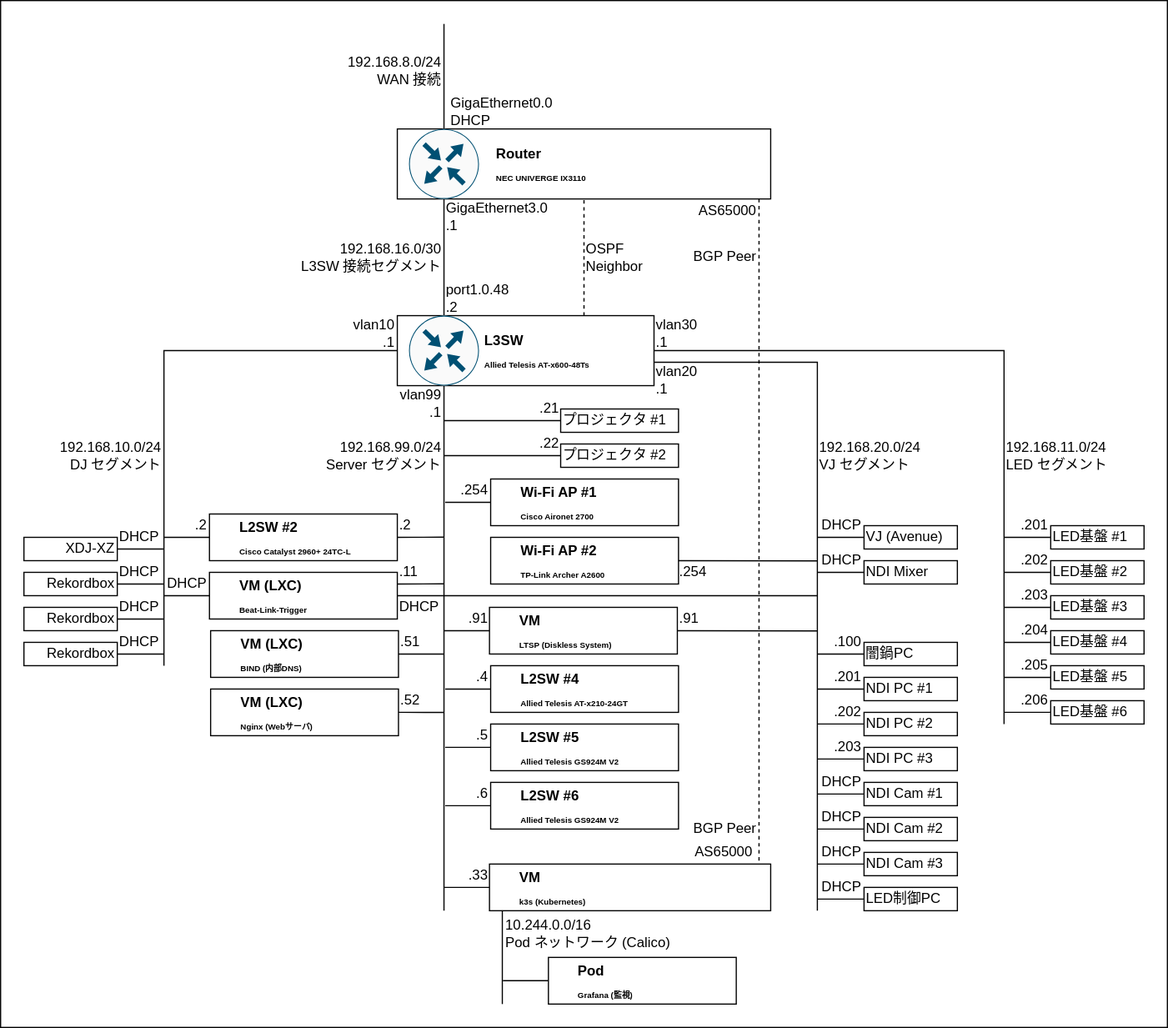
The draw.io diagram network/design/logic.drawio.svg in TechnoTUT/Infrastructure, before a commit. Source tidied: cells renumbered, new cells last; positions are measured from the earlier drawing's top-left corner, leaving out a move shared by most shapes.
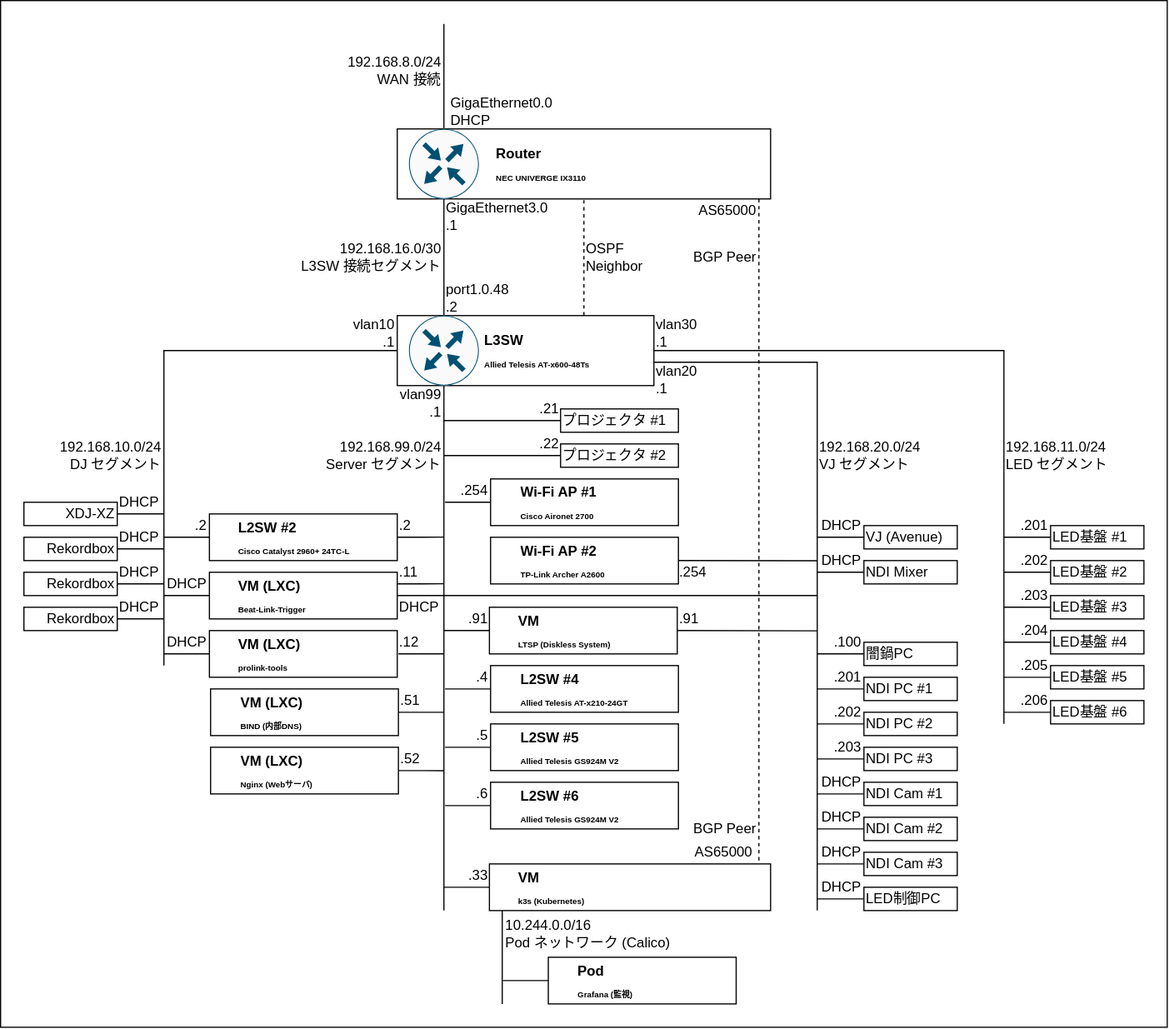
Later version of the same file.

What changed in the source:
```diff
@@ -210,12 +210,12 @@
     </mxCell>
     <mxCell id="57" style="endArrow=none;html=1;rounded=0;align=left;" parent="1" edge="1">
       <mxGeometry relative="1" as="geometry">
-        <mxPoint x="100" y="470" as="sourcePoint" />
-        <mxPoint x="140" y="470" as="targetPoint" />
+        <mxPoint x="100" y="440" as="sourcePoint" />
+        <mxPoint x="140" y="440" as="targetPoint" />
       </mxGeometry>
     </mxCell>
     <mxCell id="58" style="group;align=right;" parent="1" vertex="1">
-      <mxGeometry x="20" y="460" width="80" height="20" as="geometry" />
+      <mxGeometry x="20" y="430" width="80" height="20" as="geometry" />
     </mxCell>
     <mxCell id="59" style="rounded=0;whiteSpace=wrap;html=1;align=right;" parent="58" vertex="1">
       <mxGeometry width="80" height="20" as="geometry" />
@@ -224,16 +224,16 @@
       <mxGeometry width="80" height="20" as="geometry" />
     </mxCell>
     <mxCell id="61" value="DHCP" style="text;html=1;strokeColor=none;fillColor=none;align=left;verticalAlign=middle;whiteSpace=wrap;rounded=0;" parent="1" vertex="1">
-      <mxGeometry x="100" y="450" width="40" height="20" as="geometry" />
+      <mxGeometry x="100" y="420" width="40" height="20" as="geometry" />
     </mxCell>
     <mxCell id="62" style="endArrow=none;html=1;rounded=0;align=left;" parent="1" edge="1">
       <mxGeometry relative="1" as="geometry">
-        <mxPoint x="100" y="500" as="sourcePoint" />
-        <mxPoint x="140" y="500" as="targetPoint" />
+        <mxPoint x="100" y="470" as="sourcePoint" />
+        <mxPoint x="140" y="470" as="targetPoint" />
       </mxGeometry>
     </mxCell>
     <mxCell id="63" style="group;align=right;" parent="1" vertex="1">
-      <mxGeometry x="20" y="490" width="80" height="20" as="geometry" />
+      <mxGeometry x="20" y="460" width="80" height="20" as="geometry" />
     </mxCell>
     <mxCell id="64" style="rounded=0;whiteSpace=wrap;html=1;align=right;" parent="63" vertex="1">
       <mxGeometry width="80" height="20" as="geometry" />
@@ -242,16 +242,16 @@
       <mxGeometry width="80" height="20" as="geometry" />
     </mxCell>
     <mxCell id="66" value="DHCP" style="text;html=1;strokeColor=none;fillColor=none;align=left;verticalAlign=middle;whiteSpace=wrap;rounded=0;" parent="1" vertex="1">
-      <mxGeometry x="100" y="480" width="40" height="20" as="geometry" />
+      <mxGeometry x="100" y="450" width="40" height="20" as="geometry" />
     </mxCell>
     <mxCell id="67" style="endArrow=none;html=1;rounded=0;align=left;" parent="1" edge="1">
       <mxGeometry relative="1" as="geometry">
-        <mxPoint x="100" y="530" as="sourcePoint" />
-        <mxPoint x="140" y="530" as="targetPoint" />
+        <mxPoint x="100" y="500" as="sourcePoint" />
+        <mxPoint x="140" y="500" as="targetPoint" />
       </mxGeometry>
     </mxCell>
     <mxCell id="68" style="group;align=right;" parent="1" vertex="1">
-      <mxGeometry x="20" y="520" width="80" height="20" as="geometry" />
+      <mxGeometry x="20" y="490" width="80" height="20" as="geometry" />
     </mxCell>
     <mxCell id="69" style="rounded=0;whiteSpace=wrap;html=1;align=right;" parent="68" vertex="1">
       <mxGeometry width="80" height="20" as="geometry" />
@@ -260,16 +260,16 @@
       <mxGeometry width="80" height="20" as="geometry" />
     </mxCell>
     <mxCell id="71" value="DHCP" style="text;html=1;strokeColor=none;fillColor=none;align=left;verticalAlign=middle;whiteSpace=wrap;rounded=0;" parent="1" vertex="1">
-      <mxGeometry x="100" y="510" width="40" height="20" as="geometry" />
+      <mxGeometry x="100" y="480" width="40" height="20" as="geometry" />
     </mxCell>
     <mxCell id="72" style="endArrow=none;html=1;rounded=0;align=left;" parent="1" edge="1">
       <mxGeometry relative="1" as="geometry">
-        <mxPoint x="100" y="560" as="sourcePoint" />
-        <mxPoint x="140" y="560" as="targetPoint" />
+        <mxPoint x="100" y="530" as="sourcePoint" />
+        <mxPoint x="140" y="530" as="targetPoint" />
       </mxGeometry>
     </mxCell>
     <mxCell id="73" style="group;align=right;" parent="1" vertex="1">
-      <mxGeometry x="20" y="550" width="80" height="20" as="geometry" />
+      <mxGeometry x="20" y="520" width="80" height="20" as="geometry" />
     </mxCell>
     <mxCell id="74" style="rounded=0;whiteSpace=wrap;html=1;align=right;" parent="73" vertex="1">
       <mxGeometry width="80" height="20" as="geometry" />
@@ -278,7 +278,7 @@
       <mxGeometry width="80" height="20" as="geometry" />
     </mxCell>
     <mxCell id="76" value="DHCP" style="text;html=1;strokeColor=none;fillColor=none;align=left;verticalAlign=middle;whiteSpace=wrap;rounded=0;" parent="1" vertex="1">
-      <mxGeometry x="100" y="540" width="40" height="20" as="geometry" />
+      <mxGeometry x="100" y="510" width="40" height="20" as="geometry" />
     </mxCell>
     <mxCell id="77" value="&lt;h1&gt;&lt;font style=&quot;&quot;&gt;&lt;span style=&quot;font-size: 12px;&quot;&gt;VM (LXC)&lt;br&gt;&lt;/span&gt;&lt;/font&gt;&lt;span style=&quot;font-size: 7px;&quot;&gt;Beat-Link-Trigger&lt;/span&gt;&lt;/h1&gt;" style="text;html=1;strokeColor=none;fillColor=none;spacing=5;spacingTop=-20;whiteSpace=wrap;overflow=hidden;rounded=0;fontSize=8;" parent="1" vertex="1">
       <mxGeometry x="199.5" y="490" width="120" height="40" as="geometry" />
@@ -649,31 +649,31 @@
     </mxCell>
     <mxCell id="179" style="edgeStyle=none;rounded=0;html=1;exitX=1;exitY=0.5;exitDx=0;exitDy=0;fontSize=7;startArrow=none;startFill=0;endArrow=none;endFill=0;" parent="1" edge="1" source="180">
       <mxGeometry relative="1" as="geometry">
-        <mxPoint x="380" y="560.1" as="targetPoint" />
+        <mxPoint x="380" y="610.1" as="targetPoint" />
       </mxGeometry>
     </mxCell>
     <mxCell id="180" style="rounded=0;whiteSpace=wrap;html=1;" parent="1" vertex="1">
-      <mxGeometry x="180" y="540" width="161" height="40" as="geometry" />
+      <mxGeometry x="180" y="590" width="161" height="40" as="geometry" />
     </mxCell>
     <mxCell id="181" value="&lt;h1&gt;&lt;font style=&quot;&quot;&gt;&lt;span style=&quot;font-size: 12px;&quot;&gt;VM (LXC)&lt;br&gt;&lt;/span&gt;&lt;/font&gt;&lt;span style=&quot;font-size: 7px;&quot;&gt;BIND (内部DNS)&lt;/span&gt;&lt;/h1&gt;" style="text;html=1;strokeColor=none;fillColor=none;spacing=5;spacingTop=-20;whiteSpace=wrap;overflow=hidden;rounded=0;fontSize=8;" parent="1" vertex="1">
-      <mxGeometry x="200.5" y="540" width="120" height="40" as="geometry" />
+      <mxGeometry x="200.5" y="590" width="120" height="40" as="geometry" />
     </mxCell>
     <mxCell id="182" value=".51" style="text;html=1;strokeColor=none;fillColor=none;align=left;verticalAlign=middle;whiteSpace=wrap;rounded=0;" parent="1" vertex="1">
-      <mxGeometry x="341" y="540" width="40" height="20" as="geometry" />
+      <mxGeometry x="341" y="590" width="40" height="20" as="geometry" />
     </mxCell>
     <mxCell id="183" style="edgeStyle=none;rounded=0;html=1;exitX=1;exitY=0.5;exitDx=0;exitDy=0;fontSize=7;startArrow=none;startFill=0;endArrow=none;endFill=0;" parent="1" edge="1" source="184">
       <mxGeometry relative="1" as="geometry">
-        <mxPoint x="380" y="610.1" as="targetPoint" />
+        <mxPoint x="380" y="660.1" as="targetPoint" />
       </mxGeometry>
     </mxCell>
     <mxCell id="184" style="rounded=0;whiteSpace=wrap;html=1;" parent="1" vertex="1">
-      <mxGeometry x="180" y="590" width="161" height="40" as="geometry" />
+      <mxGeometry x="180" y="640" width="161" height="40" as="geometry" />
     </mxCell>
     <mxCell id="185" value="&lt;h1&gt;&lt;font style=&quot;&quot;&gt;&lt;span style=&quot;font-size: 12px;&quot;&gt;VM (LXC)&lt;br&gt;&lt;/span&gt;&lt;/font&gt;&lt;span style=&quot;font-size: 7px;&quot;&gt;Nginx (Webサーバ)&lt;/span&gt;&lt;/h1&gt;" style="text;html=1;strokeColor=none;fillColor=none;spacing=5;spacingTop=-20;whiteSpace=wrap;overflow=hidden;rounded=0;fontSize=8;" parent="1" vertex="1">
-      <mxGeometry x="200.5" y="590" width="120" height="40" as="geometry" />
+      <mxGeometry x="200.5" y="640" width="120" height="40" as="geometry" />
     </mxCell>
     <mxCell id="186" value=".52" style="text;html=1;strokeColor=none;fillColor=none;align=left;verticalAlign=middle;whiteSpace=wrap;rounded=0;" parent="1" vertex="1">
-      <mxGeometry x="341" y="590" width="40" height="20" as="geometry" />
+      <mxGeometry x="341" y="640" width="40" height="20" as="geometry" />
     </mxCell>
     <mxCell id="187" value="10.244.0.0/16&lt;br&gt;&lt;div style=&quot;&quot;&gt;Pod ネットワーク (Calico)&lt;/div&gt;" style="text;html=1;strokeColor=none;fillColor=none;align=left;verticalAlign=middle;whiteSpace=wrap;rounded=0;" parent="1" vertex="1">
       <mxGeometry x="430.5" y="780" width="159.5" height="40" as="geometry" />
@@ -722,5 +722,29 @@
     <mxCell id="201" value="プロジェクタ #2" style="text;html=1;strokeColor=none;fillColor=none;align=left;verticalAlign=middle;whiteSpace=wrap;rounded=0;" parent="199" vertex="1">
       <mxGeometry width="101" height="20" as="geometry" />
     </mxCell>
+    <mxCell id="202" style="rounded=0;whiteSpace=wrap;html=1;" parent="1" vertex="1">
+      <mxGeometry x="179" y="540" width="161" height="40" as="geometry" />
+    </mxCell>
+    <mxCell id="203" value="&lt;h1&gt;&lt;font style=&quot;&quot;&gt;&lt;span style=&quot;font-size: 12px;&quot;&gt;VM (LXC)&lt;br&gt;&lt;/span&gt;&lt;/font&gt;&lt;span style=&quot;font-size: 7px;&quot;&gt;prolink-tools&lt;/span&gt;&lt;/h1&gt;" style="text;html=1;strokeColor=none;fillColor=none;spacing=5;spacingTop=-20;whiteSpace=wrap;overflow=hidden;rounded=0;fontSize=8;" parent="1" vertex="1">
+      <mxGeometry x="199.5" y="540" width="120" height="40" as="geometry" />
+    </mxCell>
+    <mxCell id="204" style="endArrow=none;html=1;rounded=0;entryX=0;entryY=0.5;entryDx=0;entryDy=0;" parent="1" edge="1">
+      <mxGeometry relative="1" as="geometry">
+        <mxPoint x="140" y="560" as="sourcePoint" />
+        <mxPoint x="179" y="560" as="targetPoint" />
+      </mxGeometry>
+    </mxCell>
+    <mxCell id="205" value="DHCP" style="text;html=1;strokeColor=none;fillColor=none;align=right;verticalAlign=middle;whiteSpace=wrap;rounded=0;" parent="1" vertex="1">
+      <mxGeometry x="139" y="540" width="40" height="20" as="geometry" />
+    </mxCell>
+    <mxCell id="206" style="endArrow=none;html=1;rounded=0;entryX=0;entryY=0.5;entryDx=0;entryDy=0;" parent="1" edge="1">
+      <mxGeometry relative="1" as="geometry">
+        <mxPoint x="341" y="560" as="sourcePoint" />
+        <mxPoint x="380" y="560" as="targetPoint" />
+      </mxGeometry>
+    </mxCell>
+    <mxCell id="207" value=".12" style="text;html=1;strokeColor=none;fillColor=none;align=left;verticalAlign=middle;whiteSpace=wrap;rounded=0;" parent="1" vertex="1">
+      <mxGeometry x="340" y="540" width="40" height="20" as="geometry" />
+    </mxCell>
   </root>
 </mxGraphModel>
```
